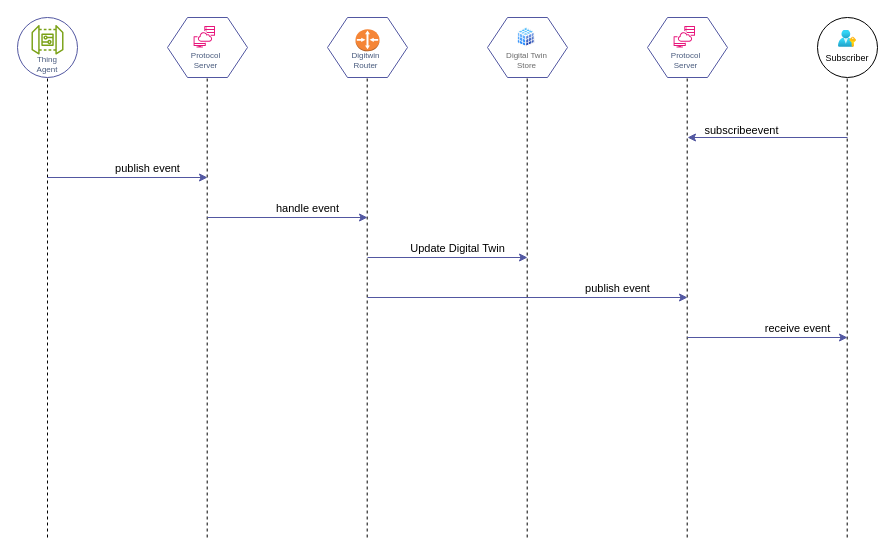
Above: page "Event sequence" (5 of 9) of docs/hiveot.drawio in hiveot/hub (draw.io), before the change. Source tidied: cells renumbered, new cells numbered last; positions are measured from the earlier drawing's top-left corner, leaving out a move shared by most shapes. Both pictures are drawn from the tidied source at 100%, with x=0, y=0 at pixel (17, 17).
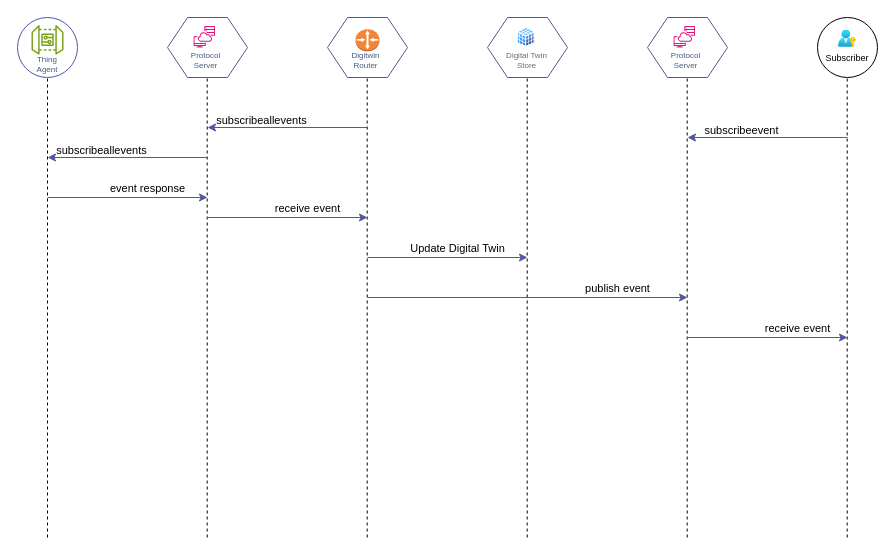
After the change.

The change refers to these unchanged cells:
```xml
<mxCell id="31" style="endArrow=classic;html=1;rounded=0;strokeColor=#5257A1;" parent="1" edge="1">
  <mxGeometry relative="1" as="geometry">
    <mxPoint x="190" y="200" as="sourcePoint" />
    <mxPoint x="350" y="200" as="targetPoint" />
  </mxGeometry>
</mxCell>
```

What changed in the source:
```diff
@@
     <mxCell id="29" style="endArrow=classic;html=1;rounded=0;strokeColor=#5257A1;" parent="1" edge="1">
       <mxGeometry relative="1" as="geometry">
-        <mxPoint x="30" y="160" as="sourcePoint" />
-        <mxPoint x="190" y="160" as="targetPoint" />
+        <mxPoint x="30" y="180" as="sourcePoint" />
+        <mxPoint x="190" y="180" as="targetPoint" />
       </mxGeometry>
     </mxCell>
-    <mxCell id="30" value="publish event" style="edgeLabel;html=1;align=center;verticalAlign=middle;" parent="29" vertex="1">
+    <mxCell id="30" value="event response" style="edgeLabel;html=1;align=center;verticalAlign=middle;" parent="29" vertex="1">
       <mxGeometry x="0.1" y="1" relative="1" as="geometry">
         <mxPoint x="11" y="-9" as="offset" />
       </mxGeometry>
     </mxCell>
@@
-    <mxCell id="32" value="handle event" style="edgeLabel;html=1;align=center;verticalAlign=middle;" parent="31" vertex="1">
+    <mxCell id="32" value="receive event" style="edgeLabel;html=1;align=center;verticalAlign=middle;" parent="31" vertex="1">
       <mxGeometry x="0.1" y="1" relative="1" as="geometry">
         <mxPoint x="11" y="-9" as="offset" />
       </mxGeometry>
     </mxCell>
@@
+    <mxCell id="41" style="endArrow=classic;html=1;rounded=0;strokeColor=#5257A1;" parent="1" edge="1">
+      <mxGeometry relative="1" as="geometry">
+        <mxPoint x="350" y="110" as="sourcePoint" />
+        <mxPoint x="190" y="110" as="targetPoint" />
+      </mxGeometry>
+    </mxCell>
+    <mxCell id="42" value="subscribeall&lt;span style=&quot;background-color: light-dark(#ffffff, var(--ge-dark-color, #121212)); color: light-dark(rgb(0, 0, 0), rgb(255, 255, 255));&quot;&gt;events&lt;/span&gt;" style="edgeLabel;html=1;align=center;verticalAlign=middle;" parent="41" vertex="1">
+      <mxGeometry x="0.1" y="1" relative="1" as="geometry">
+        <mxPoint x="-19" y="-9" as="offset" />
+      </mxGeometry>
+    </mxCell>
+    <mxCell id="43" style="endArrow=classic;html=1;rounded=0;strokeColor=#5257A1;" parent="1" edge="1">
+      <mxGeometry relative="1" as="geometry">
+        <mxPoint x="190" y="140" as="sourcePoint" />
+        <mxPoint x="30" y="140" as="targetPoint" />
+      </mxGeometry>
+    </mxCell>
+    <mxCell id="44" value="subscribeallevents" style="edgeLabel;html=1;align=center;verticalAlign=middle;" parent="43" vertex="1">
+      <mxGeometry x="0.1" y="1" relative="1" as="geometry">
+        <mxPoint x="-19" y="-9" as="offset" />
+      </mxGeometry>
+    </mxCell>
```
